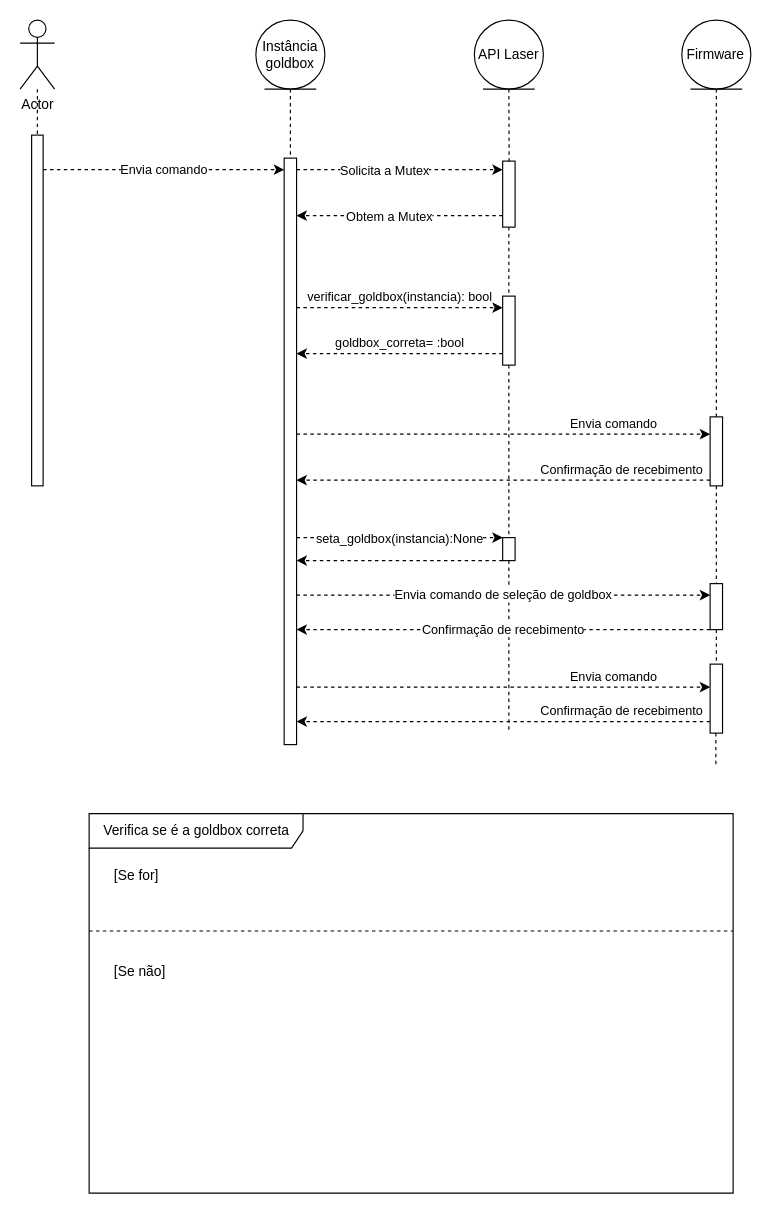
The draw.io diagram comando.drawio in JoseitoOliveira/relatorio-estagio, before the edit. Source tidied: cells renumbered, new cells numbered last; positions are measured from the earlier drawing's top-left corner, leaving out a move shared by most shapes. Both pictures are drawn from the tidied source at 115%, with x=0, y=0 at pixel (20, 20).
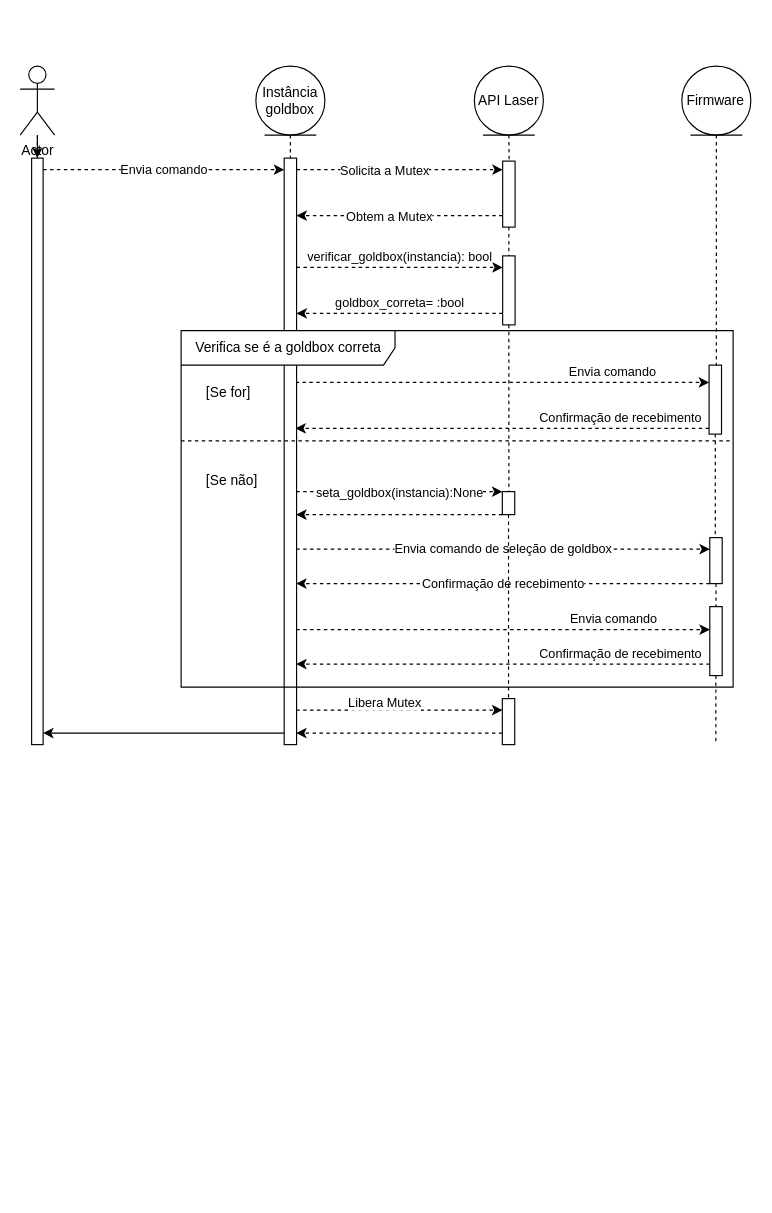
The same page after the edit.

The change refers to these unchanged cells:
```xml
<mxCell id="21" style="html=1;points=[];perimeter=orthogonalPerimeter;" parent="1" vertex="1">
  <mxGeometry x="229.6" y="120" width="10.8" height="510" as="geometry" />
</mxCell>
```

The edit, as a diff of the source:
```diff
@@
     <mxCell id="3" style="html=1;points=[];perimeter=orthogonalPerimeter;" parent="1" vertex="1">
-      <mxGeometry x="10" y="100" width="10" height="305" as="geometry" />
+      <mxGeometry x="10" y="120" width="10" height="510" as="geometry" />
     </mxCell>
@@
+    <mxCell id="48" style="edgeStyle=none;html=1;" parent="1" edge="1" source="5" target="3">
+      <mxGeometry relative="1" as="geometry" />
+    </mxCell>
     <mxCell id="5" value="Actor" style="shape=umlActor;verticalLabelPosition=bottom;verticalAlign=top;html=1;" parent="1" vertex="1">
-      <mxGeometry width="30" height="60" as="geometry" />
+      <mxGeometry y="40" width="30" height="60" as="geometry" />
     </mxCell>
-    <mxCell id="6" style="edgeStyle=none;html=1;endArrow=none;endFill=0;dashed=1;exitX=0.5;exitY=1;exitDx=0;exitDy=0;startArrow=none;" parent="1" edge="1" source="37">
+    <mxCell id="6" style="edgeStyle=none;html=1;endArrow=none;endFill=0;dashed=1;exitX=0.5;exitY=1;exitDx=0;exitDy=0;startArrow=none;" parent="1" edge="1" source="53">
       <mxGeometry relative="1" as="geometry">
-        <mxPoint x="425" y="620" as="targetPoint" />
+        <mxPoint x="425" y="630" as="targetPoint" />
       </mxGeometry>
     </mxCell>
     <mxCell id="7" style="edgeStyle=none;html=1;dashed=1;startArrow=none;startFill=0;endArrow=none;endFill=0;" parent="1" edge="1" source="46">
       <mxGeometry relative="1" as="geometry">
-        <mxPoint x="605" y="650" as="targetPoint" />
+        <mxPoint x="605" y="630" as="targetPoint" />
       </mxGeometry>
     </mxCell>
     <mxCell id="8" value="Firmware" style="ellipse;shape=umlEntity;whiteSpace=wrap;html=1;" parent="1" vertex="1">
-      <mxGeometry x="575.4" width="60" height="60" as="geometry" />
+      <mxGeometry x="575.4" y="40" width="60" height="60" as="geometry" />
     </mxCell>
     <mxCell id="9" value="API Laser" style="ellipse;shape=umlEntity;whiteSpace=wrap;html=1;" parent="1" vertex="1">
-      <mxGeometry x="395" width="60" height="60" as="geometry" />
+      <mxGeometry x="395" y="40" width="60" height="60" as="geometry" />
     </mxCell>
@@
     <mxCell id="11" value="Instância goldbox" style="ellipse;shape=umlEntity;whiteSpace=wrap;html=1;" parent="1" vertex="1">
-      <mxGeometry x="205" width="60" height="60" as="geometry" />
+      <mxGeometry x="205" y="40" width="60" height="60" as="geometry" />
     </mxCell>
@@
-    <mxCell id="14" style="edgeStyle=none;html=1;dashed=1;startArrow=none;startFill=0;endArrow=classic;endFill=1;" parent="1" edge="1" source="21" target="27">
+    <mxCell id="14" style="edgeStyle=none;html=1;dashed=1;startArrow=none;startFill=0;endArrow=classic;endFill=1;" parent="1" edge="1" target="27">
       <mxGeometry relative="1" as="geometry">
+        <mxPoint x="240.4" y="215" as="sourcePoint" />
         <Array as="points">
-          <mxPoint x="340" y="250" />
+          <mxPoint x="340" y="215" />
         </Array>
       </mxGeometry>
     </mxCell>
@@
-    <mxCell id="16" style="edgeStyle=none;html=1;dashed=1;startArrow=none;startFill=0;endArrow=classic;endFill=1;" parent="1" edge="1" source="21" target="34">
+    <mxCell id="16" style="edgeStyle=none;html=1;dashed=1;startArrow=none;startFill=0;endArrow=classic;endFill=1;" parent="1" edge="1" target="34">
       <mxGeometry relative="1" as="geometry">
+        <mxPoint x="239.5" y="315" as="sourcePoint" />
         <Array as="points">
-          <mxPoint x="410" y="360" />
+          <mxPoint x="409.1" y="315" />
         </Array>
       </mxGeometry>
     </mxCell>
@@
-    <mxCell id="18" style="edgeStyle=none;html=1;dashed=1;startArrow=none;startFill=0;endArrow=classic;endFill=1;" parent="1" edge="1" source="21" target="37">
-      <mxGeometry relative="1" as="geometry" />
+    <mxCell id="18" style="edgeStyle=none;html=1;dashed=1;startArrow=none;startFill=0;endArrow=classic;endFill=1;" parent="1" edge="1" target="37">
+      <mxGeometry relative="1" as="geometry">
+        <mxPoint x="240.1" y="410" as="sourcePoint" />
+      </mxGeometry>
     </mxCell>
@@
-    <mxCell id="20" value="Envia comando de seleção de goldbox" style="edgeStyle=none;html=1;dashed=1;startArrow=none;startFill=0;endArrow=classic;endFill=1;" parent="1" edge="1" source="21" target="40">
+    <mxCell id="20" value="Envia comando de seleção de goldbox" style="edgeStyle=none;html=1;dashed=1;startArrow=none;startFill=0;endArrow=classic;endFill=1;" parent="1" edge="1" target="40">
       <mxGeometry relative="1" as="geometry">
+        <mxPoint x="240.1" y="460" as="sourcePoint" />
         <Array as="points">
-          <mxPoint x="500" y="500" />
+          <mxPoint x="499.7" y="460" />
         </Array>
       </mxGeometry>
     </mxCell>
+    <mxCell id="49" style="edgeStyle=none;html=1;" parent="1" edge="1" source="21" target="3">
+      <mxGeometry relative="1" as="geometry">
+        <Array as="points">
+          <mxPoint x="90" y="620" />
+        </Array>
+      </mxGeometry>
+    </mxCell>
@@
-    <mxCell id="26" value="goldbox_correta= :bool" style="edgeStyle=none;html=1;dashed=1;startArrow=none;startFill=0;endArrow=classic;endFill=1;" parent="1" edge="1" source="27" target="21">
+    <mxCell id="26" value="goldbox_correta= :bool" style="edgeStyle=none;html=1;dashed=1;startArrow=none;startFill=0;endArrow=classic;endFill=1;" parent="1" edge="1" source="27">
       <mxGeometry x="0.01" y="-9" relative="1" as="geometry">
+        <mxPoint x="240.4" y="255" as="targetPoint" />
         <Array as="points">
-          <mxPoint x="330" y="290" />
+          <mxPoint x="330" y="255" />
         </Array>
       </mxGeometry>
     </mxCell>
     <mxCell id="27" style="html=1;points=[];perimeter=orthogonalPerimeter;" parent="1" vertex="1">
-      <mxGeometry x="419.6" y="240" width="10.8" height="60" as="geometry" />
+      <mxGeometry x="419.6" y="205" width="10.8" height="60" as="geometry" />
     </mxCell>
@@
     <mxCell id="29" value="Verifica se é a goldbox correta" style="shape=umlFrame;tabWidth=110;tabHeight=30;tabPosition=left;html=1;boundedLbl=1;labelInHeader=1;width=186;height=30;" parent="1" vertex="1">
-      <mxGeometry x="60" y="690" width="560" height="330" as="geometry" />
+      <mxGeometry x="140" y="270" width="480" height="310" as="geometry" />
     </mxCell>
@@
     <mxCell id="31" value="[Se não]" style="line;strokeWidth=1;dashed=1;labelPosition=center;verticalLabelPosition=bottom;align=left;verticalAlign=top;spacingLeft=20;spacingTop=15;" parent="29" vertex="1">
-      <mxGeometry y="95.5" width="560" height="13.2" as="geometry" />
+      <mxGeometry y="89.7" width="480" height="12.4" as="geometry" />
     </mxCell>
-    <mxCell id="32" style="edgeStyle=none;html=1;dashed=1;startArrow=none;startFill=0;endArrow=classic;endFill=1;" parent="1" edge="1" source="34" target="21">
+    <mxCell id="32" style="edgeStyle=none;html=1;dashed=1;startArrow=none;startFill=0;endArrow=classic;endFill=1;" parent="1" edge="1" source="34">
       <mxGeometry relative="1" as="geometry">
+        <mxPoint x="239.5" y="355" as="targetPoint" />
         <Array as="points">
-          <mxPoint x="420" y="400" />
+          <mxPoint x="419.1" y="355" />
         </Array>
       </mxGeometry>
     </mxCell>
@@
     <mxCell id="34" style="html=1;points=[];perimeter=orthogonalPerimeter;" parent="1" vertex="1">
-      <mxGeometry x="600" y="345" width="10.8" height="60" as="geometry" />
+      <mxGeometry x="599.1" y="300" width="10.8" height="60" as="geometry" />
     </mxCell>
@@
-    <mxCell id="36" style="edgeStyle=none;html=1;dashed=1;startArrow=none;startFill=0;endArrow=classic;endFill=1;" parent="1" edge="1" source="37" target="21">
+    <mxCell id="36" style="edgeStyle=none;html=1;dashed=1;startArrow=none;startFill=0;endArrow=classic;endFill=1;" parent="1" edge="1" source="37">
       <mxGeometry relative="1" as="geometry">
+        <mxPoint x="240.1" y="430" as="targetPoint" />
         <Array as="points">
-          <mxPoint x="330" y="470" />
+          <mxPoint x="329.7" y="430" />
         </Array>
       </mxGeometry>
     </mxCell>
     <mxCell id="37" style="html=1;points=[];perimeter=orthogonalPerimeter;" parent="1" vertex="1">
-      <mxGeometry x="419.6" y="450" width="10.8" height="20" as="geometry" />
+      <mxGeometry x="419.3" y="410" width="10.8" height="20" as="geometry" />
     </mxCell>
@@
-    <mxCell id="39" value="Confirmação de recebimento" style="edgeStyle=none;html=1;dashed=1;startArrow=none;startFill=0;endArrow=classic;endFill=1;" parent="1" edge="1" source="40" target="21">
+    <mxCell id="39" value="Confirmação de recebimento" style="edgeStyle=none;html=1;dashed=1;startArrow=none;startFill=0;endArrow=classic;endFill=1;" parent="1" edge="1" source="40">
       <mxGeometry relative="1" as="geometry">
+        <mxPoint x="240.1" y="490" as="targetPoint" />
         <Array as="points">
-          <mxPoint x="420" y="530" />
+          <mxPoint x="419.7" y="490" />
         </Array>
       </mxGeometry>
     </mxCell>
     <mxCell id="40" style="html=1;points=[];perimeter=orthogonalPerimeter;" parent="1" vertex="1">
-      <mxGeometry x="600" y="490" width="10.8" height="40" as="geometry" />
+      <mxGeometry x="599.7" y="450" width="10.8" height="40" as="geometry" />
     </mxCell>
@@
-    <mxCell id="42" style="edgeStyle=none;html=1;dashed=1;startArrow=none;startFill=0;endArrow=classic;endFill=1;" parent="1" edge="1" source="21" target="46">
+    <mxCell id="42" style="edgeStyle=none;html=1;dashed=1;startArrow=none;startFill=0;endArrow=classic;endFill=1;" parent="1" edge="1" target="46">
       <mxGeometry relative="1" as="geometry">
+        <mxPoint x="240.1" y="530" as="sourcePoint" />
         <Array as="points">
-          <mxPoint x="410" y="580" />
+          <mxPoint x="409.7" y="530" />
         </Array>
       </mxGeometry>
     </mxCell>
@@
-    <mxCell id="44" style="edgeStyle=none;html=1;dashed=1;startArrow=none;startFill=0;endArrow=classic;endFill=1;" parent="1" edge="1" source="46" target="21">
+    <mxCell id="44" style="edgeStyle=none;html=1;dashed=1;startArrow=none;startFill=0;endArrow=classic;endFill=1;" parent="1" edge="1" source="46">
       <mxGeometry relative="1" as="geometry">
+        <mxPoint x="240.1" y="560" as="targetPoint" />
         <Array as="points">
-          <mxPoint x="430" y="610" />
+          <mxPoint x="429.7" y="560" />
         </Array>
       </mxGeometry>
     </mxCell>
@@
     <mxCell id="46" style="html=1;points=[];perimeter=orthogonalPerimeter;" parent="1" vertex="1">
-      <mxGeometry x="600" y="560" width="10.8" height="60" as="geometry" />
+      <mxGeometry x="599.7" y="510" width="10.8" height="60" as="geometry" />
     </mxCell>
@@
+    <mxCell id="50" style="edgeStyle=none;html=1;dashed=1;endArrow=classic;endFill=1;" parent="1" edge="1">
+      <mxGeometry relative="1" as="geometry">
+        <mxPoint x="240.1" y="600" as="sourcePoint" />
+        <mxPoint x="419.3" y="600" as="targetPoint" />
+        <Array as="points">
+          <mxPoint x="349.7" y="600" />
+        </Array>
+      </mxGeometry>
+    </mxCell>
+    <mxCell id="51" value="Libera Mutex" style="edgeLabel;html=1;align=center;verticalAlign=middle;" parent="50" vertex="1">
+      <mxGeometry x="-0.15" relative="1" as="geometry">
+        <mxPoint y="-7" as="offset" />
+      </mxGeometry>
+    </mxCell>
+    <mxCell id="52" style="edgeStyle=none;html=1;dashed=1;endArrow=classic;endFill=1;" parent="1" edge="1" source="53">
+      <mxGeometry relative="1" as="geometry">
+        <mxPoint x="240.1" y="620" as="targetPoint" />
+        <Array as="points">
+          <mxPoint x="349.7" y="620" />
+        </Array>
+      </mxGeometry>
+    </mxCell>
+    <mxCell id="53" style="html=1;points=[];perimeter=orthogonalPerimeter;" parent="1" vertex="1">
+      <mxGeometry x="419.3" y="590" width="10.8" height="40" as="geometry" />
+    </mxCell>
+    <mxCell id="54" style="edgeStyle=none;html=1;endArrow=none;endFill=0;dashed=1;exitX=0.5;exitY=1;exitDx=0;exitDy=0;startArrow=none;" parent="1" edge="1" source="37" target="53">
+      <mxGeometry relative="1" as="geometry" />
+    </mxCell>
```
